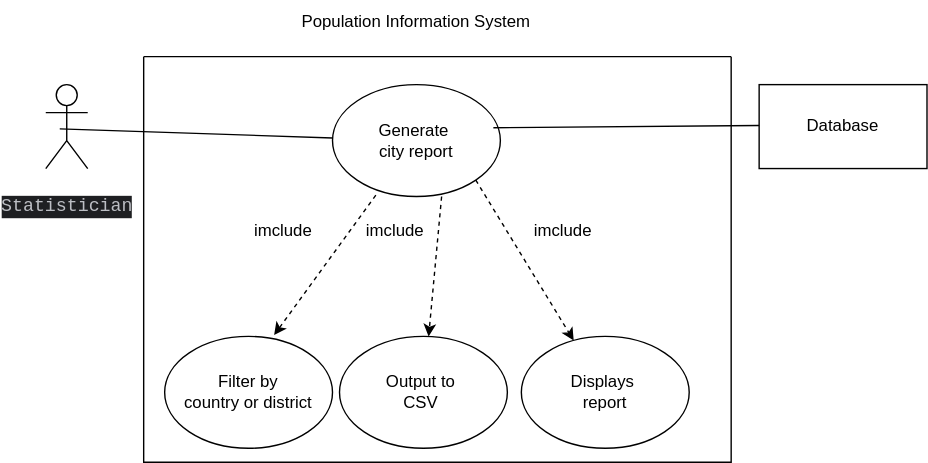
Before: Use Cases/Diagrams/UC - Diagram 10.svg, a diagram exported from draw.io (TvonSween/sem-one). Source tidied: cells renumbered, new cells last; positions are measured from the earlier drawing's top-left corner, leaving out a move shared by most shapes. Source of this version:
```xml
<mxGraphModel>
  <root>
    <mxCell id="0" />
    <mxCell id="1" parent="0" />
    <mxCell id="2" value="&lt;div style=&quot;background-color:#1e1f22;color:#bcbec4&quot;&gt;&lt;pre style=&quot;font-family:'JetBrains Mono',monospace;font-size:9.8pt;&quot;&gt;Statistician&lt;/pre&gt;&lt;/div&gt;" style="shape=umlActor;verticalLabelPosition=bottom;verticalAlign=top;html=1;outlineConnect=0;" parent="1" vertex="1">
      <mxGeometry y="60" width="30" height="60" as="geometry" />
    </mxCell>
    <mxCell id="3" value="Database" style="rounded=0;whiteSpace=wrap;html=1;" parent="1" vertex="1">
      <mxGeometry x="510" y="60" width="120" height="60" as="geometry" />
    </mxCell>
    <mxCell id="4" value="Population Information System" style="text;html=1;align=center;verticalAlign=middle;whiteSpace=wrap;rounded=0;" parent="1" vertex="1">
      <mxGeometry x="130" width="270" height="30" as="geometry" />
    </mxCell>
    <mxCell id="5" value="Generate&amp;nbsp;&lt;div&gt;city report&lt;/div&gt;" style="ellipse;whiteSpace=wrap;html=1;" parent="1" vertex="1">
      <mxGeometry x="205" y="60" width="120" height="80" as="geometry" />
    </mxCell>
    <mxCell id="6" value="Filter by&lt;div&gt;country or district&lt;/div&gt;" style="ellipse;whiteSpace=wrap;html=1;" parent="1" vertex="1">
      <mxGeometry x="85" y="240" width="120" height="80" as="geometry" />
    </mxCell>
    <mxCell id="7" value="Output to&amp;nbsp;&lt;div&gt;CSV&amp;nbsp;&lt;/div&gt;" style="ellipse;whiteSpace=wrap;html=1;" parent="1" vertex="1">
      <mxGeometry x="210" y="240" width="120" height="80" as="geometry" />
    </mxCell>
    <mxCell id="8" value="Displays&amp;nbsp;&lt;div&gt;report&lt;/div&gt;" style="ellipse;whiteSpace=wrap;html=1;" parent="1" vertex="1">
      <mxGeometry x="340" y="240" width="120" height="80" as="geometry" />
    </mxCell>
    <mxCell id="9" style="html=1;labelBackgroundColor=#ffffff;startArrow=none;startFill=0;startSize=6;endArrow=classic;endFill=1;endSize=6;jettySize=auto;strokeWidth=1;dashed=1;fontSize=14;rounded=0;entryX=0.652;entryY=-0.012;entryDx=0;entryDy=0;entryPerimeter=0;exitX=0.258;exitY=0.988;exitDx=0;exitDy=0;exitPerimeter=0;" parent="1" edge="1" source="5" target="6">
      <mxGeometry relative="1" as="geometry" />
    </mxCell>
    <mxCell id="10" style="html=1;labelBackgroundColor=#ffffff;startArrow=none;startFill=0;startSize=6;endArrow=classic;endFill=1;endSize=6;jettySize=auto;strokeWidth=1;dashed=1;fontSize=14;rounded=0;exitX=0.258;exitY=0.988;exitDx=0;exitDy=0;exitPerimeter=0;" parent="1" edge="1" target="7">
      <mxGeometry relative="1" as="geometry">
        <mxPoint x="283" y="140" as="sourcePoint" />
      </mxGeometry>
    </mxCell>
    <mxCell id="11" style="html=1;labelBackgroundColor=#ffffff;startArrow=none;startFill=0;startSize=6;endArrow=classic;endFill=1;endSize=6;jettySize=auto;strokeWidth=1;dashed=1;fontSize=14;rounded=0;exitX=1;exitY=1;exitDx=0;exitDy=0;" parent="1" edge="1" source="5" target="8">
      <mxGeometry relative="1" as="geometry" />
    </mxCell>
    <mxCell id="12" style="swimlane;startSize=0;" parent="1" vertex="1">
      <mxGeometry x="70" y="40" width="420" height="290" as="geometry" />
    </mxCell>
    <mxCell id="13" style="endArrow=none;html=1;rounded=0;" parent="12" edge="1">
      <mxGeometry relative="1" as="geometry">
        <mxPoint x="250" y="50.8" as="sourcePoint" />
        <mxPoint x="440" y="49.2" as="targetPoint" />
      </mxGeometry>
    </mxCell>
    <mxCell id="14" value="imclude" style="text;html=1;align=center;verticalAlign=middle;whiteSpace=wrap;rounded=0;" parent="12" vertex="1">
      <mxGeometry x="70" y="110" width="60" height="30" as="geometry" />
    </mxCell>
    <mxCell id="15" value="imclude" style="text;html=1;align=center;verticalAlign=middle;whiteSpace=wrap;rounded=0;" parent="12" vertex="1">
      <mxGeometry x="150" y="110" width="60" height="30" as="geometry" />
    </mxCell>
    <mxCell id="16" value="imclude" style="text;html=1;align=center;verticalAlign=middle;whiteSpace=wrap;rounded=0;" parent="12" vertex="1">
      <mxGeometry x="270" y="110" width="60" height="30" as="geometry" />
    </mxCell>
    <mxCell id="17" style="endArrow=none;html=1;rounded=0;exitX=0.5;exitY=0.5;exitDx=0;exitDy=0;exitPerimeter=0;" parent="1" edge="1" target="5">
      <mxGeometry relative="1" as="geometry">
        <mxPoint x="10" y="91.6" as="sourcePoint" />
      </mxGeometry>
    </mxCell>
  </root>
</mxGraphModel>
```
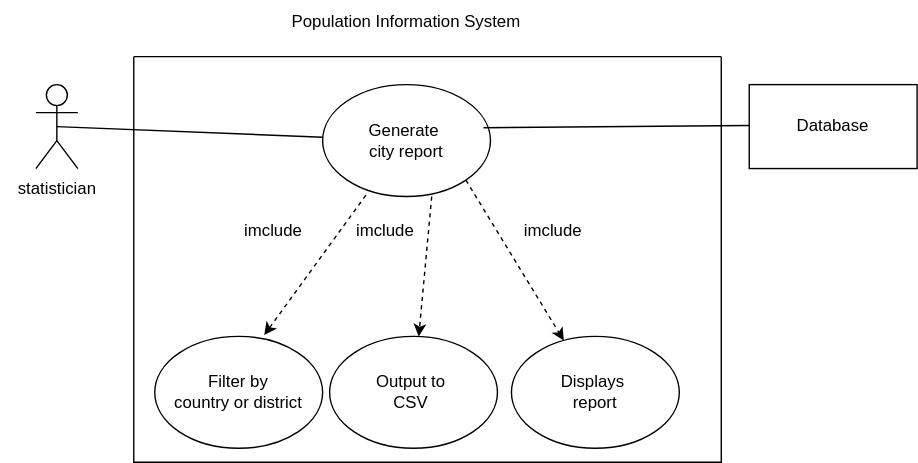
Above is the later version.

What changed in the source:
```diff
@@ -2,7 +2,7 @@
   <root>
     <mxCell id="0" />
     <mxCell id="1" parent="0" />
-    <mxCell id="2" value="&lt;div style=&quot;background-color:#1e1f22;color:#bcbec4&quot;&gt;&lt;pre style=&quot;font-family:'JetBrains Mono',monospace;font-size:9.8pt;&quot;&gt;Statistician&lt;/pre&gt;&lt;/div&gt;" style="shape=umlActor;verticalLabelPosition=bottom;verticalAlign=top;html=1;outlineConnect=0;" parent="1" vertex="1">
+    <mxCell id="2" value="&lt;div style=&quot;background-color:#1e1f22;color:#bcbec4&quot;&gt;&lt;pre style=&quot;font-family:'JetBrains Mono',monospace;font-size:9.8pt;&quot;&gt;&lt;br&gt;&lt;/pre&gt;&lt;/div&gt;" style="shape=umlActor;verticalLabelPosition=bottom;verticalAlign=top;html=1;outlineConnect=0;" parent="1" vertex="1">
       <mxGeometry y="60" width="30" height="60" as="geometry" />
     </mxCell>
     <mxCell id="3" value="Database" style="rounded=0;whiteSpace=wrap;html=1;" parent="1" vertex="1">
@@ -52,10 +52,11 @@
     <mxCell id="16" value="imclude" style="text;html=1;align=center;verticalAlign=middle;whiteSpace=wrap;rounded=0;" parent="12" vertex="1">
       <mxGeometry x="270" y="110" width="60" height="30" as="geometry" />
     </mxCell>
-    <mxCell id="17" style="endArrow=none;html=1;rounded=0;exitX=0.5;exitY=0.5;exitDx=0;exitDy=0;exitPerimeter=0;" parent="1" edge="1" target="5">
-      <mxGeometry relative="1" as="geometry">
-        <mxPoint x="10" y="91.6" as="sourcePoint" />
-      </mxGeometry>
+    <mxCell id="17" style="endArrow=none;html=1;rounded=0;exitX=0.5;exitY=0.5;exitDx=0;exitDy=0;exitPerimeter=0;" parent="1" edge="1" source="2" target="5">
+      <mxGeometry relative="1" as="geometry" />
     </mxCell>
+    <mxCell id="18" value="statistician" style="text;html=1;align=center;verticalAlign=middle;strokeColor=none;fillColor=none;" parent="1" vertex="1">
+      <mxGeometry x="-25" y="120" width="80" height="30" as="geometry" />
+    </mxCell>
   </root>
 </mxGraphModel>
```
